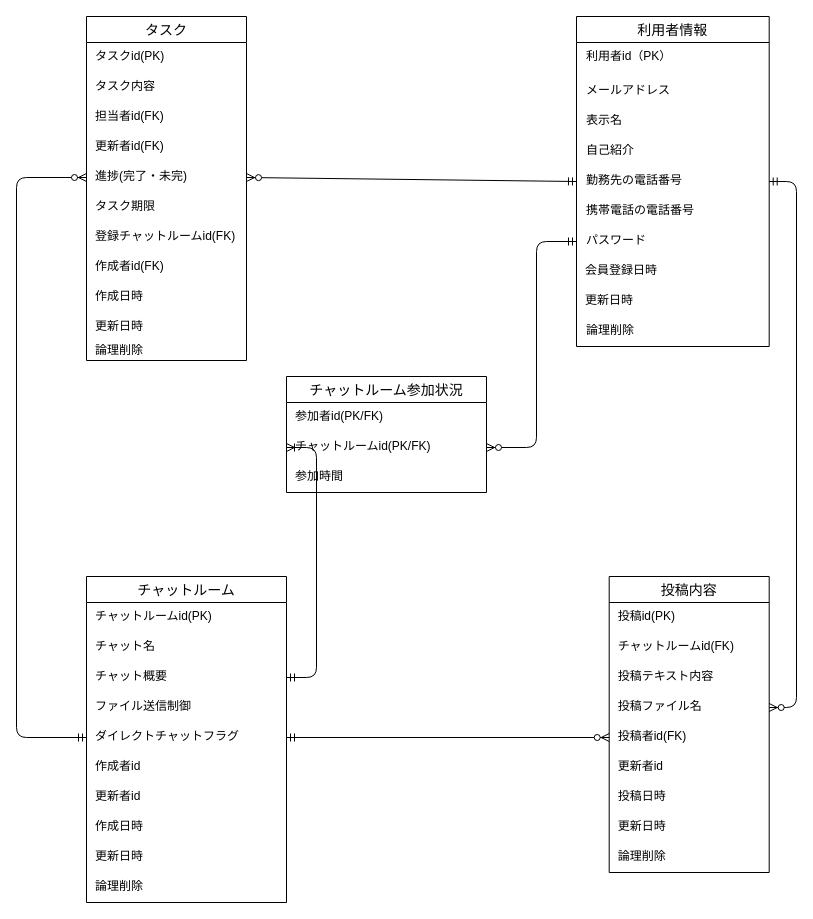
The draw.io diagram db/db-challenge1/チャットルームER図.drawio in ytaka0407/quelcode-db, before the edit. Source tidied: cells renumbered, new cells numbered last; positions are measured from the earlier drawing's top-left corner, leaving out a move shared by most shapes. Both pictures are drawn from the tidied source at 100%, with x=0, y=0 at pixel (16, 16).
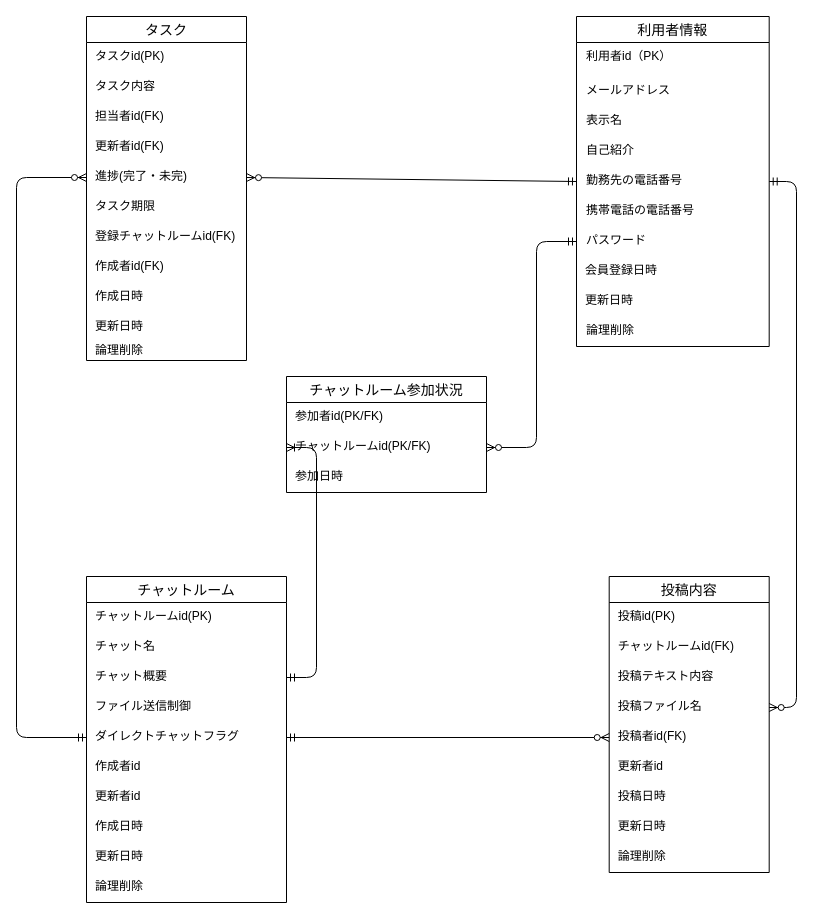
The same diagram, later.

Commit message:
チャットルームのカラム名を参加時間→参加日時に変更(名称の統一)

Unchanged cells that the change refers to:
```xml
<mxCell id="52" value="チャットルーム参加状況" style="swimlane;fontStyle=0;horizontal=1;startSize=26;align=center;fontSize=14;" parent="1" vertex="1">
  <mxGeometry x="270" y="360" width="200" height="116" as="geometry" />
</mxCell>
```

Change to the diagram source:
```diff
@@
-    <mxCell id="55" value="参加時間" style="text;strokeColor=none;fillColor=none;spacingLeft=7;spacingRight=4;overflow=hidden;fontSize=12;" parent="52" vertex="1">
+    <mxCell id="55" value="参加日時" style="text;strokeColor=none;fillColor=none;spacingLeft=7;spacingRight=4;overflow=hidden;fontSize=12;" parent="52" vertex="1">
       <mxGeometry y="86" width="200" height="30" as="geometry" />
     </mxCell>
```
